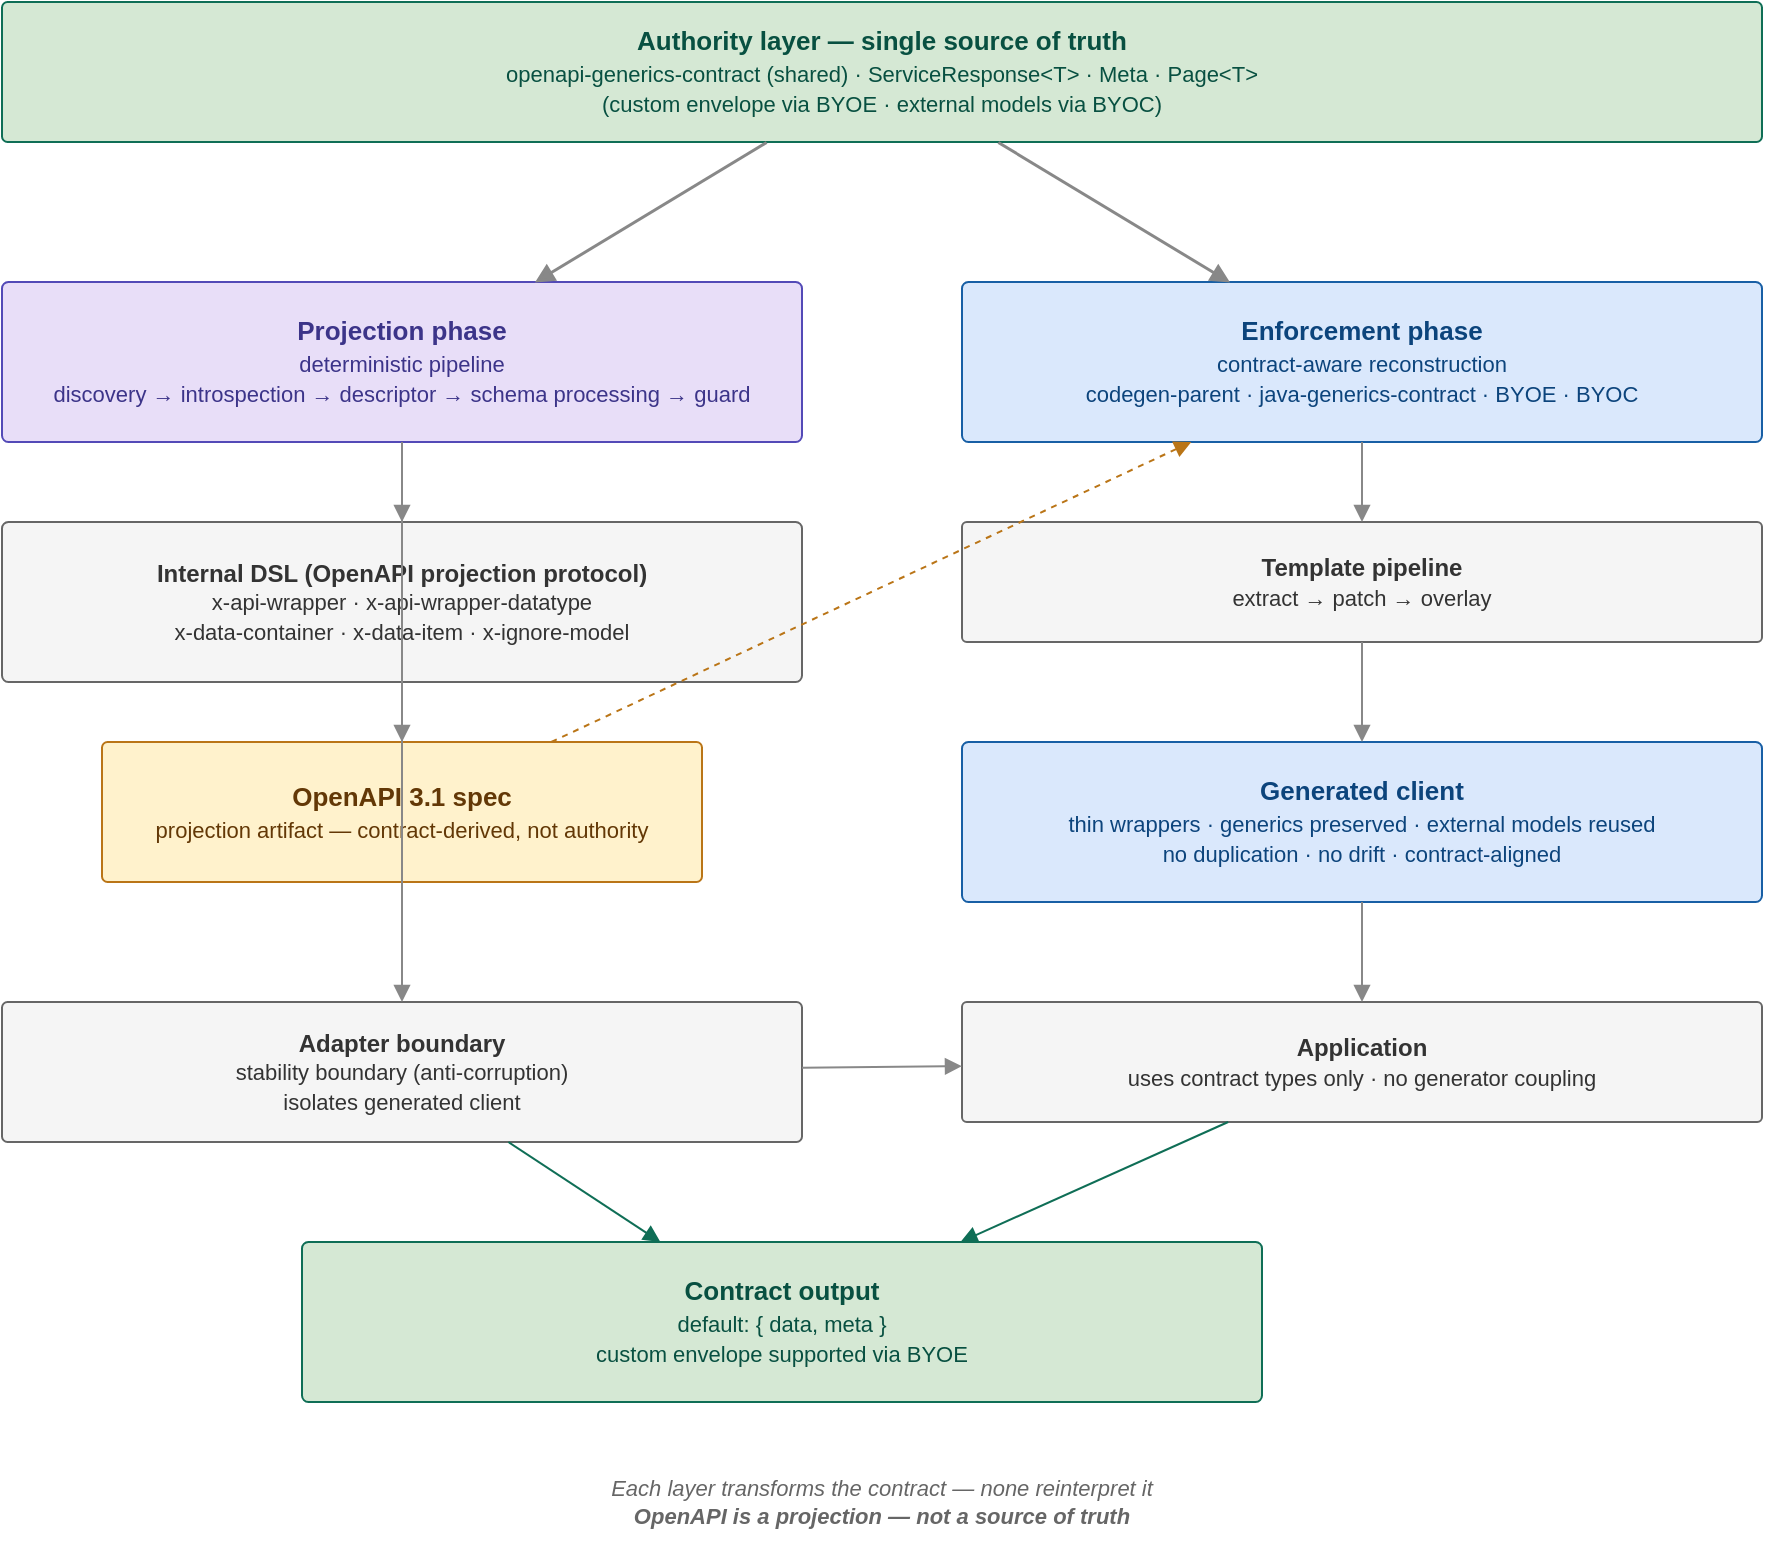
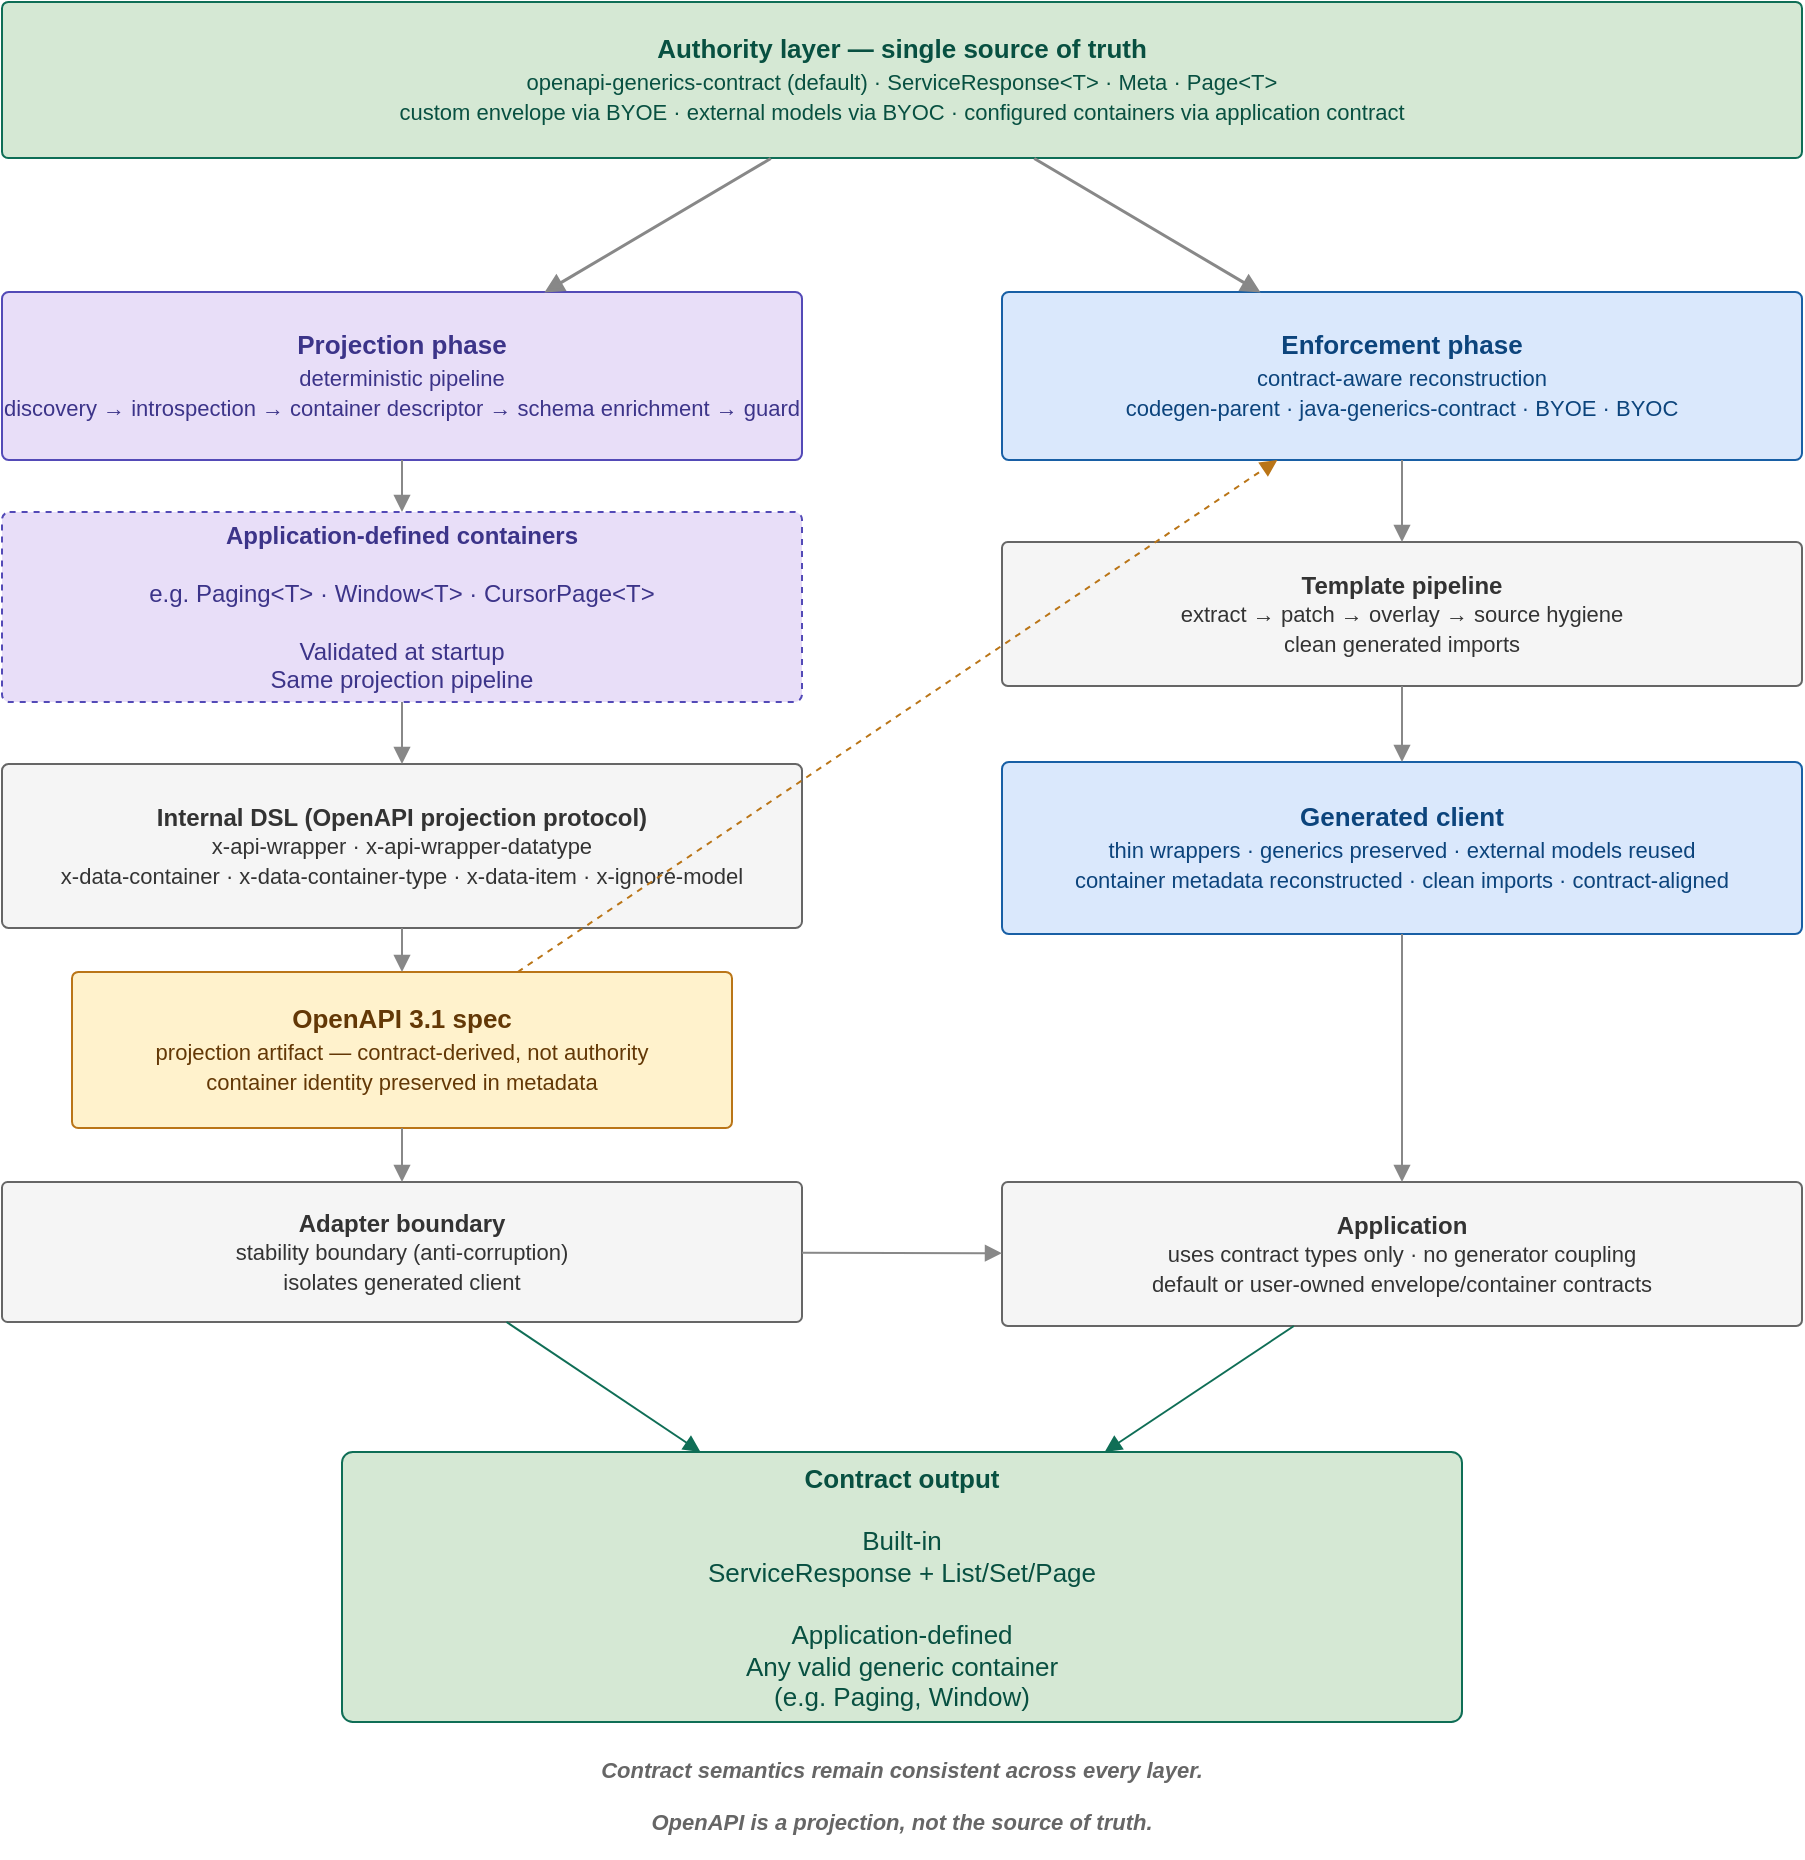
<mxfile host="Electron" agent="Mozilla/5.0 (Macintosh; Intel Mac OS X 10_15_7) AppleWebKit/537.36 (KHTML, like Gecko) draw.io/29.6.1 Chrome/142.0.7444.265 Electron/39.8.0 Safari/537.36" version="29.6.1">
-   <diagram name="OpenAPI Generics — Contract Architecture (v1.0.0)" id="0">
-     <mxGraphModel dx="1257" dy="748" grid="1" gridSize="10" guides="1" tooltips="1" connect="1" arrows="1" fold="1" page="1" pageScale="1" pageWidth="1654" pageHeight="1169" math="0" shadow="0">
+   <diagram name="OpenAPI Generics — Contract Architecture (v1.2.0)" id="0">
+     <mxGraphModel dx="1257" dy="744" grid="1" gridSize="10" guides="1" tooltips="1" connect="1" arrows="1" fold="1" page="1" pageScale="1" pageWidth="1654" pageHeight="1169" math="0" shadow="0">
      <root>
        <mxCell id="0" />
        <mxCell id="1" parent="0" />
-         <mxCell id="authority" parent="1" style="rounded=1;whiteSpace=wrap;html=1;fillColor=#d5e8d4;strokeColor=#0f6e56;fontColor=#085041;fontSize=13;verticalAlign=middle;arcSize=4;" value="&lt;b&gt;Authority layer — single source of truth&lt;/b&gt;&lt;br&gt;&lt;div&gt;&lt;span style=&quot;font-size: 11px;&quot;&gt;openapi-generics-contract (shared) · ServiceResponse&amp;lt;T&amp;gt; · Meta · Page&amp;lt;T&amp;gt;&lt;/span&gt;&lt;/div&gt;&lt;div&gt;&lt;span style=&quot;font-size: 11px;&quot;&gt;(custom envelope via BYOE · external models via BYOC)&lt;/span&gt;&lt;/div&gt;" vertex="1">
-           <mxGeometry height="70" width="880" x="80" y="60" as="geometry" />
+         <mxCell id="authority" parent="1" style="rounded=1;whiteSpace=wrap;html=1;fillColor=#d5e8d4;strokeColor=#0f6e56;fontColor=#085041;fontSize=13;verticalAlign=middle;arcSize=4;" value="&lt;b&gt;Authority layer — single source of truth&lt;/b&gt;&lt;br&gt;&lt;div&gt;&lt;span style=&quot;font-size: 11px;&quot;&gt;openapi-generics-contract (default) · ServiceResponse&amp;lt;T&amp;gt; · Meta · Page&amp;lt;T&amp;gt;&lt;/span&gt;&lt;/div&gt;&lt;div&gt;&lt;span style=&quot;font-size: 11px;&quot;&gt;custom envelope via BYOE · external models via BYOC · configured containers via application contract&lt;/span&gt;&lt;/div&gt;" vertex="1">
+           <mxGeometry height="78" width="900" x="80" y="60" as="geometry" />
        </mxCell>
-         <mxCell id="proj_header" parent="1" style="rounded=1;whiteSpace=wrap;html=1;fillColor=#e8def8;strokeColor=#534AB7;fontColor=#3C3489;fontSize=13;verticalAlign=middle;arcSize=4;" value="&lt;b&gt;Projection phase&lt;/b&gt;&lt;br&gt;&lt;font style=&quot;font-size:11px&quot;&gt;deterministic pipeline&lt;br&gt;discovery → introspection → descriptor → schema processing → guard&lt;/font&gt;" vertex="1">
-           <mxGeometry height="80" width="400" x="80" y="200" as="geometry" />
+         <mxCell id="proj_header" parent="1" style="rounded=1;whiteSpace=wrap;html=1;fillColor=#e8def8;strokeColor=#534AB7;fontColor=#3C3489;fontSize=13;verticalAlign=middle;arcSize=4;" value="&lt;b&gt;Projection phase&lt;/b&gt;&lt;br&gt;&lt;font style=&quot;font-size:11px&quot;&gt;deterministic pipeline&lt;br&gt;discovery → introspection → container descriptor → schema enrichment → guard&lt;/font&gt;" vertex="1">
+           <mxGeometry height="84" width="400" x="80" y="205" as="geometry" />
        </mxCell>
-         <mxCell id="vendor_ext" parent="1" style="rounded=1;whiteSpace=wrap;html=1;fillColor=#f5f5f5;strokeColor=#666666;fontColor=#333333;fontSize=12;verticalAlign=middle;arcSize=4;" value="&lt;b&gt;Internal DSL (OpenAPI projection protocol)&lt;/b&gt;&lt;br&gt;&lt;font style=&quot;font-size:11px&quot;&gt;x-api-wrapper · x-api-wrapper-datatype&lt;br&gt;x-data-container · x-data-item · x-ignore-model&lt;/font&gt;" vertex="1">
-           <mxGeometry height="80" width="400" x="80" y="320" as="geometry" />
+         <mxCell id="configured_containers" parent="1" style="rounded=1;whiteSpace=wrap;html=1;fillColor=#e8def8;strokeColor=#534AB7;fontColor=#3C3489;fontSize=12;verticalAlign=middle;arcSize=4;dashed=1;" value="&lt;div&gt;&lt;b&gt;Application-defined containers&lt;/b&gt;&lt;/div&gt;&lt;div&gt;&lt;b&gt;&lt;br&gt;&lt;/b&gt;&lt;/div&gt;&lt;div&gt;e.g. Paging&amp;lt;T&amp;gt; · Window&amp;lt;T&amp;gt; · CursorPage&amp;lt;T&amp;gt;&lt;/div&gt;&lt;div&gt;&lt;br&gt;&lt;/div&gt;&lt;div&gt;Validated at startup&lt;/div&gt;&lt;div&gt;Same projection pipeline&lt;/div&gt;" vertex="1">
+           <mxGeometry height="95" width="400" x="80" y="315" as="geometry" />
        </mxCell>
-         <mxCell id="openapi_spec" parent="1" style="rounded=1;whiteSpace=wrap;html=1;fillColor=#fff2cc;strokeColor=#BA7517;fontColor=#633806;fontSize=13;verticalAlign=middle;arcSize=4;" value="&lt;b&gt;OpenAPI 3.1 spec&lt;/b&gt;&lt;br&gt;&lt;font style=&quot;font-size:11px&quot;&gt;projection artifact — contract-derived, not authority&lt;/font&gt;" vertex="1">
-           <mxGeometry height="70" width="300" x="130" y="430" as="geometry" />
+         <mxCell id="vendor_ext" parent="1" style="rounded=1;whiteSpace=wrap;html=1;fillColor=#f5f5f5;strokeColor=#666666;fontColor=#333333;fontSize=12;verticalAlign=middle;arcSize=4;" value="&lt;b&gt;Internal DSL (OpenAPI projection protocol)&lt;/b&gt;&lt;br&gt;&lt;font style=&quot;font-size:11px&quot;&gt;x-api-wrapper · x-api-wrapper-datatype&lt;br&gt;x-data-container · x-data-container-type · x-data-item · x-ignore-model&lt;/font&gt;" vertex="1">
+           <mxGeometry height="82" width="400" x="80" y="441" as="geometry" />
+         </mxCell>
+         <mxCell id="openapi_spec" parent="1" style="rounded=1;whiteSpace=wrap;html=1;fillColor=#fff2cc;strokeColor=#BA7517;fontColor=#633806;fontSize=13;verticalAlign=middle;arcSize=4;" value="&lt;b&gt;OpenAPI 3.1 spec&lt;/b&gt;&lt;br&gt;&lt;font style=&quot;font-size:11px&quot;&gt;projection artifact — contract-derived, not authority&lt;br&gt;container identity preserved in metadata&lt;/font&gt;" vertex="1">
+           <mxGeometry height="78" width="330" x="115" y="545" as="geometry" />
        </mxCell>
        <mxCell id="enf_header" parent="1" style="rounded=1;whiteSpace=wrap;html=1;fillColor=#dae8fc;strokeColor=#185FA5;fontColor=#0C447C;fontSize=13;verticalAlign=middle;arcSize=4;" value="&lt;b&gt;Enforcement phase&lt;/b&gt;&lt;br&gt;&lt;font style=&quot;font-size:11px&quot;&gt;contract-aware reconstruction&lt;br&gt;codegen-parent · java-generics-contract · BYOE · BYOC&lt;/font&gt;" vertex="1">
-           <mxGeometry height="80" width="400" x="560" y="200" as="geometry" />
+           <mxGeometry height="84" width="400" x="580" y="205" as="geometry" />
        </mxCell>
-         <mxCell id="template_pipe" parent="1" style="rounded=1;whiteSpace=wrap;html=1;fillColor=#f5f5f5;strokeColor=#666666;fontColor=#333333;fontSize=12;verticalAlign=middle;arcSize=4;" value="&lt;b&gt;Template pipeline&lt;/b&gt;&lt;br&gt;&lt;font style=&quot;font-size:11px&quot;&gt;extract → patch → overlay&lt;/font&gt;" vertex="1">
-           <mxGeometry height="60" width="400" x="560" y="320" as="geometry" />
+         <mxCell id="template_pipe" parent="1" style="rounded=1;whiteSpace=wrap;html=1;fillColor=#f5f5f5;strokeColor=#666666;fontColor=#333333;fontSize=12;verticalAlign=middle;arcSize=4;" value="&lt;b&gt;Template pipeline&lt;/b&gt;&lt;br&gt;&lt;font style=&quot;font-size:11px&quot;&gt;extract → patch → overlay → source hygiene&lt;br&gt;clean generated imports&lt;/font&gt;" vertex="1">
+           <mxGeometry height="72" width="400" x="580" y="330" as="geometry" />
        </mxCell>
-         <mxCell id="gen_client" parent="1" style="rounded=1;whiteSpace=wrap;html=1;fillColor=#dae8fc;strokeColor=#185FA5;fontColor=#0C447C;fontSize=13;verticalAlign=middle;arcSize=4;" value="&lt;b&gt;Generated client&lt;/b&gt;&lt;br&gt;&lt;div&gt;&lt;span style=&quot;font-size:11px&quot;&gt;thin wrappers · generics preserved · external models reused&lt;/span&gt;&lt;/div&gt;&lt;div&gt;&lt;span style=&quot;font-size:11px&quot;&gt;no duplication · no drift · contract-aligned&lt;/span&gt;&lt;/div&gt;" vertex="1">
-           <mxGeometry height="80" width="400" x="560" y="430" as="geometry" />
+         <mxCell id="gen_client" parent="1" style="rounded=1;whiteSpace=wrap;html=1;fillColor=#dae8fc;strokeColor=#185FA5;fontColor=#0C447C;fontSize=13;verticalAlign=middle;arcSize=4;" value="&lt;b&gt;Generated client&lt;/b&gt;&lt;br&gt;&lt;div&gt;&lt;span style=&quot;font-size:11px&quot;&gt;thin wrappers · generics preserved · external models reused&lt;/span&gt;&lt;/div&gt;&lt;div&gt;&lt;span style=&quot;font-size:11px&quot;&gt;container metadata reconstructed · clean imports · contract-aligned&lt;/span&gt;&lt;/div&gt;" vertex="1">
+           <mxGeometry height="86" width="400" x="580" y="440" as="geometry" />
        </mxCell>
        <mxCell id="adapter" parent="1" style="rounded=1;whiteSpace=wrap;html=1;fillColor=#f5f5f5;strokeColor=#666666;fontColor=#333333;fontSize=12;verticalAlign=middle;arcSize=4;" value="&lt;b&gt;Adapter boundary&lt;/b&gt;&lt;br&gt;&lt;font style=&quot;font-size:11px&quot;&gt;stability boundary (anti-corruption)&lt;br&gt;isolates generated client&lt;/font&gt;" vertex="1">
-           <mxGeometry height="70" width="400" x="80" y="560" as="geometry" />
+           <mxGeometry height="70" width="400" x="80" y="650" as="geometry" />
        </mxCell>
-         <mxCell id="application" parent="1" style="rounded=1;whiteSpace=wrap;html=1;fillColor=#f5f5f5;strokeColor=#666666;fontColor=#333333;fontSize=12;verticalAlign=middle;arcSize=4;" value="&lt;b&gt;Application&lt;/b&gt;&lt;br&gt;&lt;font style=&quot;font-size:11px&quot;&gt;uses contract types only · no generator coupling&lt;/font&gt;" vertex="1">
-           <mxGeometry height="60" width="400" x="560" y="560" as="geometry" />
+         <mxCell id="application" parent="1" style="rounded=1;whiteSpace=wrap;html=1;fillColor=#f5f5f5;strokeColor=#666666;fontColor=#333333;fontSize=12;verticalAlign=middle;arcSize=4;" value="&lt;b&gt;Application&lt;/b&gt;&lt;br&gt;&lt;font style=&quot;font-size:11px&quot;&gt;uses contract types only · no generator coupling&lt;br&gt;default or user-owned envelope/container contracts&lt;/font&gt;" vertex="1">
+           <mxGeometry height="72" width="400" x="580" y="650" as="geometry" />
        </mxCell>
-         <mxCell id="output" parent="1" style="rounded=1;whiteSpace=wrap;html=1;fillColor=#d5e8d4;strokeColor=#0f6e56;fontColor=#085041;fontSize=13;verticalAlign=middle;arcSize=4;" value="&lt;b&gt;Contract output&lt;/b&gt;&lt;br&gt;&lt;font style=&quot;font-size:11px&quot;&gt;default: { data, meta }&lt;br&gt;custom envelope supported via BYOE&lt;/font&gt;" vertex="1">
-           <mxGeometry height="80" width="480" x="230" y="680" as="geometry" />
+         <mxCell id="output" parent="1" style="rounded=1;whiteSpace=wrap;html=1;fillColor=#d5e8d4;strokeColor=#0f6e56;fontColor=#085041;fontSize=13;verticalAlign=middle;arcSize=4;" value="&lt;div&gt;&lt;b&gt;Contract output&lt;/b&gt;&lt;/div&gt;&lt;div&gt;&lt;b&gt;&lt;br&gt;&lt;/b&gt;&lt;/div&gt;&lt;div&gt;Built-in&lt;/div&gt;&lt;div&gt;ServiceResponse + List/Set/Page&lt;/div&gt;&lt;div&gt;&lt;br&gt;&lt;/div&gt;&lt;div&gt;Application-defined&lt;/div&gt;&lt;div&gt;Any valid generic container&lt;/div&gt;&lt;div&gt;(e.g. Paging, Window)&lt;/div&gt;" vertex="1">
+           <mxGeometry height="135" width="560" x="250" y="785" as="geometry" />
        </mxCell>
-         <mxCell id="legend" parent="1" style="text;html=1;strokeColor=none;fillColor=none;align=center;verticalAlign=middle;whiteSpace=wrap;fontSize=11;fontColor=#666666;fontStyle=2;" value="Each layer transforms the contract — none reinterpret it&lt;br&gt;&lt;b&gt;OpenAPI is a projection — not a source of truth&lt;/b&gt;" vertex="1">
-           <mxGeometry height="40" width="880" x="80" y="790" as="geometry" />
+         <mxCell id="legend" parent="1" style="text;html=1;strokeColor=none;fillColor=none;align=center;verticalAlign=middle;whiteSpace=wrap;fontSize=11;fontColor=#666666;fontStyle=2;" value="&lt;p class=&quot;p1&quot;&gt;&lt;b&gt;Contract semantics remain consistent across every layer.&lt;/b&gt;&lt;span class=&quot;s2&quot;&gt;&lt;br&gt;&lt;br&gt;&lt;/span&gt;&lt;span class=&quot;s1&quot;&gt;&lt;b&gt;OpenAPI is a projection, not the source of truth.&lt;/b&gt;&lt;/span&gt;&lt;/p&gt;" vertex="1">
+           <mxGeometry height="40" width="900" x="80" y="937" as="geometry" />
        </mxCell>
        <mxCell id="2" edge="1" parent="1" source="authority" style="endArrow=block;strokeColor=#888888;strokeWidth=1.5;" target="proj_header">
          <mxGeometry relative="1" as="geometry" />
        </mxCell>
        <mxCell id="3" edge="1" parent="1" source="authority" style="endArrow=block;strokeColor=#888888;strokeWidth=1.5;" target="enf_header">
          <mxGeometry relative="1" as="geometry" />
        </mxCell>
-         <mxCell id="4" edge="1" parent="1" source="proj_header" style="endArrow=block;strokeColor=#888888;" target="vendor_ext">
+         <mxCell id="4" edge="1" parent="1" source="proj_header" style="endArrow=block;strokeColor=#888888;" target="configured_containers">
+           <mxGeometry relative="1" as="geometry" />
+         </mxCell>
+         <mxCell id="4b" edge="1" parent="1" source="configured_containers" style="endArrow=block;strokeColor=#888888;" target="vendor_ext">
          <mxGeometry relative="1" as="geometry" />
        </mxCell>
        <mxCell id="5" edge="1" parent="1" source="vendor_ext" style="endArrow=block;strokeColor=#888888;" target="openapi_spec">
          <mxGeometry relative="1" as="geometry" />
        </mxCell>
        <mxCell id="6" edge="1" parent="1" source="openapi_spec" style="endArrow=block;strokeColor=#BA7517;dashed=1;" target="enf_header">
          <mxGeometry relative="1" as="geometry" />
        </mxCell>
        <mxCell id="7" edge="1" parent="1" source="enf_header" style="endArrow=block;strokeColor=#888888;" target="template_pipe">
          <mxGeometry relative="1" as="geometry" />
        </mxCell>
        <mxCell id="8" edge="1" parent="1" source="template_pipe" style="endArrow=block;strokeColor=#888888;" target="gen_client">
          <mxGeometry relative="1" as="geometry" />
        </mxCell>
        <mxCell id="9" edge="1" parent="1" source="gen_client" style="endArrow=block;strokeColor=#888888;" target="application">
          <mxGeometry relative="1" as="geometry" />
        </mxCell>
-         <mxCell id="10" edge="1" parent="1" source="proj_header" style="endArrow=block;strokeColor=#888888;" target="adapter">
+         <mxCell id="10" edge="1" parent="1" source="openapi_spec" style="endArrow=block;strokeColor=#888888;" target="adapter">
          <mxGeometry relative="1" as="geometry" />
        </mxCell>
        <mxCell id="11" edge="1" parent="1" source="adapter" style="endArrow=block;strokeColor=#888888;" target="application">
          <mxGeometry relative="1" as="geometry" />
        </mxCell>
        <mxCell id="12" edge="1" parent="1" source="adapter" style="endArrow=block;strokeColor=#0f6e56;" target="output">
          <mxGeometry relative="1" as="geometry" />
        </mxCell>
        <mxCell id="13" edge="1" parent="1" source="application" style="endArrow=block;strokeColor=#0f6e56;" target="output">
          <mxGeometry relative="1" as="geometry" />
        </mxCell>
      </root>
    </mxGraphModel>
  </diagram>
</mxfile>
